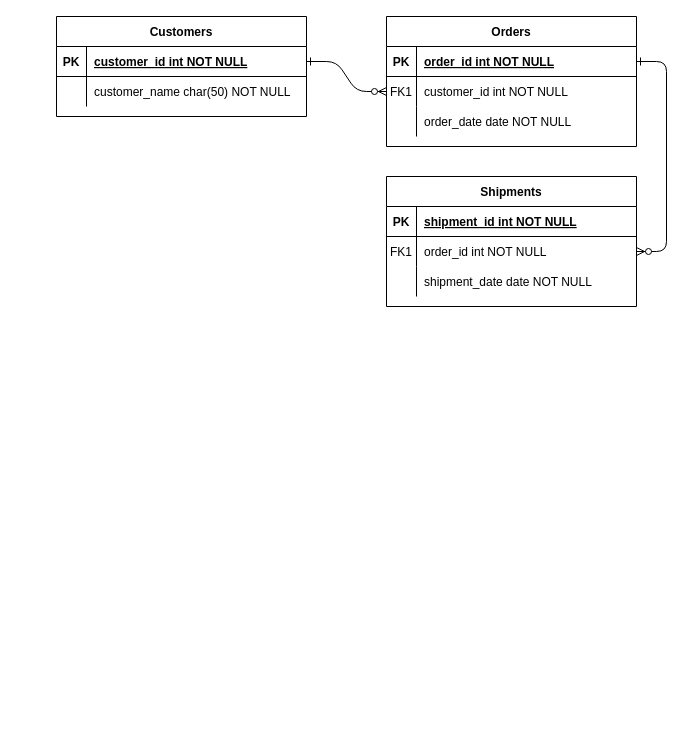
Youyeon-Kim/ShallweJeju keeps this draw.io diagram as Untitled Diagram.drawio. Above is the earlier version. Source tidied: cells renumbered, new cells numbered last; positions are measured from the earlier drawing's top-left corner, leaving out a move shared by most shapes. Both pictures are drawn from the tidied source at 100%, with x=0, y=0 at pixel (56, 16).
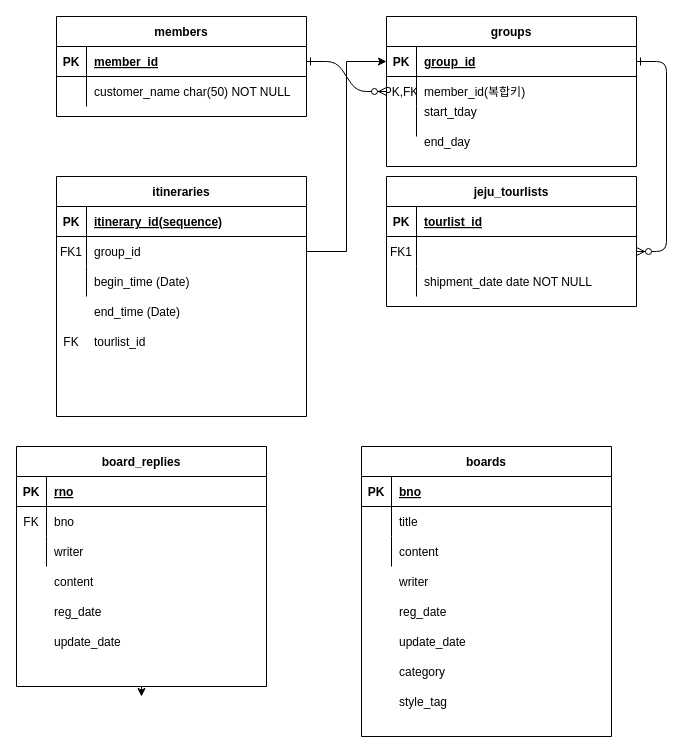
Above is the later version.

The change refers to these unchanged cells:
```xml
<mxCell id="5" style="shape=partialRectangle;fillColor=none;points=[[0,0.5],[1,0.5]];portConstraint=eastwest;top=0;left=0;right=0;bottom=1;" parent="4" vertex="1">
  <mxGeometry y="30" width="250" height="30" as="geometry" />
</mxCell>
<mxCell id="8" style="shape=partialRectangle;fillColor=none;points=[[0,0.5],[1,0.5]];portConstraint=eastwest;top=0;left=0;right=0;bottom=0;" parent="4" vertex="1">
  <mxGeometry y="60" width="250" height="30" as="geometry" />
</mxCell>
<mxCell id="11" style="shape=partialRectangle;fillColor=none;top=0;left=0;right=0;bottom=0;" parent="4" vertex="1">
  <mxGeometry y="90" width="250" height="30" as="geometry" />
</mxCell>
<mxCell id="15" style="shape=partialRectangle;fillColor=none;top=0;left=0;right=0;bottom=1;" parent="14" vertex="1">
  <mxGeometry y="30" width="250" height="30" as="geometry" />
</mxCell>
<mxCell id="18" style="shape=partialRectangle;fillColor=none;points=[[0,0.5],[1,0.5]];portConstraint=eastwest;top=0;left=0;right=0;bottom=0;" parent="14" vertex="1">
  <mxGeometry y="60" width="250" height="30" as="geometry" />
</mxCell>
<mxCell id="25" style="shape=partialRectangle;fillColor=none;points=[[0,0.5],[1,0.5]];portConstraint=eastwest;top=0;left=0;right=0;bottom=1;" parent="24" vertex="1">
  <mxGeometry y="30" width="250" height="30" as="geometry" />
</mxCell>
```

Diff of the diagram source:
```diff
@@
-    <mxCell id="4" value="Orders" style="shape=table;startSize=30;childLayout=tableLayout;rowLines=0;fontStyle=1;align=center;" parent="1" vertex="1">
-      <mxGeometry x="330" width="250" height="130" as="geometry" />
+    <mxCell id="4" value="groups" style="shape=table;startSize=30;childLayout=tableLayout;rowLines=0;fontStyle=1;align=center;" parent="1" vertex="1">
+      <mxGeometry x="330" width="250" height="150" as="geometry" />
     </mxCell>
@@
-    <mxCell id="7" value="order_id int NOT NULL " style="shape=partialRectangle;overflow=hidden;fillColor=none;top=0;left=0;bottom=0;right=0;align=left;spacingLeft=6;fontStyle=5;" parent="5" vertex="1">
+    <mxCell id="7" value="group_id" style="shape=partialRectangle;overflow=hidden;fillColor=none;top=0;left=0;bottom=0;right=0;align=left;spacingLeft=6;fontStyle=5;" parent="5" vertex="1">
       <mxGeometry x="30" width="220" height="30" as="geometry" />
     </mxCell>
@@
-    <mxCell id="9" value="FK1" style="shape=partialRectangle;overflow=hidden;fillColor=none;top=0;left=0;bottom=0;right=0;" parent="8" vertex="1">
+    <mxCell id="9" value="PK,FK" style="shape=partialRectangle;overflow=hidden;fillColor=none;top=0;left=0;bottom=0;right=0;" parent="8" vertex="1">
       <mxGeometry width="30" height="30" as="geometry" />
     </mxCell>
-    <mxCell id="10" value="customer_id int NOT NULL" style="shape=partialRectangle;overflow=hidden;fillColor=none;top=0;left=0;bottom=0;right=0;align=left;spacingLeft=6;" parent="8" vertex="1">
+    <mxCell id="10" value="member_id(복합키)" style="shape=partialRectangle;overflow=hidden;fillColor=none;top=0;left=0;bottom=0;right=0;align=left;spacingLeft=6;" parent="8" vertex="1">
       <mxGeometry x="30" width="220" height="30" as="geometry" />
     </mxCell>
@@
-    <mxCell id="13" value="order_date date NOT NULL" style="shape=partialRectangle;overflow=hidden;fillColor=none;top=0;left=0;bottom=0;right=0;align=left;spacingLeft=6;" parent="11" vertex="1">
+    <mxCell id="13" style="shape=partialRectangle;overflow=hidden;fillColor=none;top=0;left=0;bottom=0;right=0;align=left;spacingLeft=6;" parent="11" vertex="1">
       <mxGeometry x="30" width="220" height="30" as="geometry" />
     </mxCell>
-    <mxCell id="14" value="Shipments" style="shape=table;startSize=30;childLayout=tableLayout;rowLines=0;fontStyle=1;align=center;" parent="1" vertex="1">
+    <mxCell id="14" value="jeju_tourlists" style="shape=table;startSize=30;childLayout=tableLayout;rowLines=0;fontStyle=1;align=center;" parent="1" vertex="1">
       <mxGeometry x="330" y="160" width="250" height="130" as="geometry" />
     </mxCell>
@@
-    <mxCell id="17" value="shipment_id int NOT NULL " style="shape=partialRectangle;overflow=hidden;fillColor=none;top=0;left=0;bottom=0;right=0;align=left;spacingLeft=6;fontStyle=5;" parent="15" vertex="1">
+    <mxCell id="17" value="tourlist_id" style="shape=partialRectangle;overflow=hidden;fillColor=none;top=0;left=0;bottom=0;right=0;align=left;spacingLeft=6;fontStyle=5;" parent="15" vertex="1">
       <mxGeometry x="30" width="220" height="30" as="geometry" />
     </mxCell>
@@
-    <mxCell id="20" value="order_id int NOT NULL" style="shape=partialRectangle;overflow=hidden;fillColor=none;top=0;left=0;bottom=0;right=0;align=left;spacingLeft=6;" parent="18" vertex="1">
+    <mxCell id="20" style="shape=partialRectangle;overflow=hidden;fillColor=none;top=0;left=0;bottom=0;right=0;align=left;spacingLeft=6;" parent="18" vertex="1">
       <mxGeometry x="30" width="220" height="30" as="geometry" />
     </mxCell>
@@
-    <mxCell id="24" value="Customers" style="shape=table;startSize=30;childLayout=tableLayout;rowLines=0;fontStyle=1;align=center;" parent="1" vertex="1">
+    <mxCell id="24" value="members" style="shape=table;startSize=30;childLayout=tableLayout;rowLines=0;fontStyle=1;align=center;" parent="1" vertex="1">
       <mxGeometry width="250" height="100" as="geometry" />
     </mxCell>
@@
-    <mxCell id="27" value="customer_id int NOT NULL " style="shape=partialRectangle;overflow=hidden;fillColor=none;top=0;left=0;bottom=0;right=0;align=left;spacingLeft=6;fontStyle=5;" parent="25" vertex="1">
+    <mxCell id="27" value="member_id" style="shape=partialRectangle;overflow=hidden;fillColor=none;top=0;left=0;bottom=0;right=0;align=left;spacingLeft=6;fontStyle=5;" parent="25" vertex="1">
       <mxGeometry x="30" width="220" height="30" as="geometry" />
     </mxCell>
@@
+    <mxCell id="31" value="itineraries" style="shape=table;startSize=30;childLayout=tableLayout;rowLines=0;fontStyle=1;align=center;" parent="1" vertex="1">
+      <mxGeometry y="160" width="250" height="240" as="geometry" />
+    </mxCell>
+    <mxCell id="32" style="shape=partialRectangle;fillColor=none;top=0;left=0;right=0;bottom=1;" parent="31" vertex="1">
+      <mxGeometry y="30" width="250" height="30" as="geometry" />
+    </mxCell>
+    <mxCell id="33" value="PK" style="shape=partialRectangle;overflow=hidden;fillColor=none;top=0;left=0;bottom=0;right=0;fontStyle=1;" parent="32" vertex="1">
+      <mxGeometry width="30" height="30" as="geometry" />
+    </mxCell>
+    <mxCell id="34" value="itinerary_id(sequence)" style="shape=partialRectangle;overflow=hidden;fillColor=none;top=0;left=0;bottom=0;right=0;align=left;spacingLeft=6;fontStyle=5;" parent="32" vertex="1">
+      <mxGeometry x="30" width="220" height="30" as="geometry" />
+    </mxCell>
+    <mxCell id="35" style="shape=partialRectangle;fillColor=none;points=[[0,0.5],[1,0.5]];portConstraint=eastwest;top=0;left=0;right=0;bottom=0;" parent="31" vertex="1">
+      <mxGeometry y="60" width="250" height="30" as="geometry" />
+    </mxCell>
+    <mxCell id="36" value="FK1" style="shape=partialRectangle;overflow=hidden;fillColor=none;top=0;left=0;bottom=0;right=0;" parent="35" vertex="1">
+      <mxGeometry width="30" height="30" as="geometry" />
+    </mxCell>
+    <mxCell id="37" value="group_id" style="shape=partialRectangle;overflow=hidden;fillColor=none;top=0;left=0;bottom=0;right=0;align=left;spacingLeft=6;" parent="35" vertex="1">
+      <mxGeometry x="30" width="220" height="30" as="geometry" />
+    </mxCell>
+    <mxCell id="38" style="shape=partialRectangle;fillColor=none;top=0;left=0;right=0;bottom=0;" parent="31" vertex="1">
+      <mxGeometry y="90" width="250" height="30" as="geometry" />
+    </mxCell>
+    <mxCell id="39" style="shape=partialRectangle;overflow=hidden;fillColor=none;top=0;left=0;bottom=0;right=0;" parent="38" vertex="1">
+      <mxGeometry width="30" height="30" as="geometry" />
+    </mxCell>
+    <mxCell id="40" value="begin_time (Date)" style="shape=partialRectangle;overflow=hidden;fillColor=none;top=0;left=0;bottom=0;right=0;align=left;spacingLeft=6;" parent="38" vertex="1">
+      <mxGeometry x="30" width="220" height="30" as="geometry" />
+    </mxCell>
+    <mxCell id="41" value="end_time (Date)" style="shape=partialRectangle;overflow=hidden;fillColor=none;top=0;left=0;bottom=0;right=0;align=left;spacingLeft=6;" parent="1" vertex="1">
+      <mxGeometry x="30" y="280" width="220" height="30" as="geometry" />
+    </mxCell>
+    <mxCell id="42" value="tourlist_id" style="shape=partialRectangle;overflow=hidden;fillColor=none;top=0;left=0;bottom=0;right=0;align=left;spacingLeft=6;" parent="1" vertex="1">
+      <mxGeometry x="30" y="310" width="220" height="30" as="geometry" />
+    </mxCell>
+    <mxCell id="43" value="FK" style="shape=partialRectangle;overflow=hidden;fillColor=none;top=0;left=0;bottom=0;right=0;" parent="1" vertex="1">
+      <mxGeometry y="310" width="30" height="30" as="geometry" />
+    </mxCell>
+    <mxCell id="44" style="edgeStyle=orthogonalEdgeStyle;rounded=0;jettySize=auto;html=1;exitX=1;exitY=0.5;exitDx=0;exitDy=0;entryX=0;entryY=0.5;entryDx=0;entryDy=0;" parent="1" edge="1" source="35" target="5">
+      <mxGeometry relative="1" as="geometry" />
+    </mxCell>
+    <mxCell id="45" value="start_tday" style="shape=partialRectangle;overflow=hidden;fillColor=none;top=0;left=0;bottom=0;right=0;align=left;spacingLeft=6;" parent="1" vertex="1">
+      <mxGeometry x="360" y="80" width="220" height="30" as="geometry" />
+    </mxCell>
+    <mxCell id="46" value="end_day" style="shape=partialRectangle;overflow=hidden;fillColor=none;top=0;left=0;bottom=0;right=0;align=left;spacingLeft=6;" parent="1" vertex="1">
+      <mxGeometry x="360" y="110" width="220" height="30" as="geometry" />
+    </mxCell>
+    <mxCell id="47" value="boards" style="shape=table;startSize=30;childLayout=tableLayout;rowLines=0;fontStyle=1;align=center;" parent="1" vertex="1">
+      <mxGeometry x="305" y="430" width="250" height="290" as="geometry" />
+    </mxCell>
+    <mxCell id="48" style="shape=partialRectangle;fillColor=none;top=0;left=0;right=0;bottom=1;" parent="47" vertex="1">
+      <mxGeometry y="30" width="250" height="30" as="geometry" />
+    </mxCell>
+    <mxCell id="49" value="PK" style="shape=partialRectangle;overflow=hidden;fillColor=none;top=0;left=0;bottom=0;right=0;fontStyle=1;" parent="48" vertex="1">
+      <mxGeometry width="30" height="30" as="geometry" />
+    </mxCell>
+    <mxCell id="50" value="bno" style="shape=partialRectangle;overflow=hidden;fillColor=none;top=0;left=0;bottom=0;right=0;align=left;spacingLeft=6;fontStyle=5;" parent="48" vertex="1">
+      <mxGeometry x="30" width="220" height="30" as="geometry" />
+    </mxCell>
+    <mxCell id="51" style="shape=partialRectangle;fillColor=none;top=0;left=0;right=0;bottom=0;" parent="47" vertex="1">
+      <mxGeometry y="60" width="250" height="30" as="geometry" />
+    </mxCell>
+    <mxCell id="52" style="shape=partialRectangle;overflow=hidden;fillColor=none;top=0;left=0;bottom=0;right=0;" parent="51" vertex="1">
+      <mxGeometry width="30" height="30" as="geometry" />
+    </mxCell>
+    <mxCell id="53" value="title" style="shape=partialRectangle;overflow=hidden;fillColor=none;top=0;left=0;bottom=0;right=0;align=left;spacingLeft=6;" parent="51" vertex="1">
+      <mxGeometry x="30" width="220" height="30" as="geometry" />
+    </mxCell>
+    <mxCell id="54" style="shape=partialRectangle;fillColor=none;top=0;left=0;right=0;bottom=0;" parent="47" vertex="1">
+      <mxGeometry y="90" width="250" height="30" as="geometry" />
+    </mxCell>
+    <mxCell id="55" style="shape=partialRectangle;overflow=hidden;fillColor=none;top=0;left=0;bottom=0;right=0;" parent="54" vertex="1">
+      <mxGeometry width="30" height="30" as="geometry" />
+    </mxCell>
+    <mxCell id="56" value="content" style="shape=partialRectangle;overflow=hidden;fillColor=none;top=0;left=0;bottom=0;right=0;align=left;spacingLeft=6;" parent="54" vertex="1">
+      <mxGeometry x="30" width="220" height="30" as="geometry" />
+    </mxCell>
+    <mxCell id="57" style="edgeStyle=orthogonalEdgeStyle;rounded=0;jettySize=auto;html=1;exitX=0.5;exitY=1;exitDx=0;exitDy=0;" parent="1" edge="1" source="58">
+      <mxGeometry relative="1" as="geometry">
+        <mxPoint x="85" y="680" as="targetPoint" />
+      </mxGeometry>
+    </mxCell>
+    <mxCell id="58" value="board_replies" style="shape=table;startSize=30;childLayout=tableLayout;rowLines=0;fontStyle=1;align=center;" parent="1" vertex="1">
+      <mxGeometry x="-40" y="430" width="250" height="240" as="geometry" />
+    </mxCell>
+    <mxCell id="59" style="shape=partialRectangle;fillColor=none;top=0;left=0;right=0;bottom=1;" parent="58" vertex="1">
+      <mxGeometry y="30" width="250" height="30" as="geometry" />
+    </mxCell>
+    <mxCell id="60" value="PK" style="shape=partialRectangle;overflow=hidden;fillColor=none;top=0;left=0;bottom=0;right=0;fontStyle=1;" parent="59" vertex="1">
+      <mxGeometry width="30" height="30" as="geometry" />
+    </mxCell>
+    <mxCell id="61" value="rno" style="shape=partialRectangle;overflow=hidden;fillColor=none;top=0;left=0;bottom=0;right=0;align=left;spacingLeft=6;fontStyle=5;" parent="59" vertex="1">
+      <mxGeometry x="30" width="220" height="30" as="geometry" />
+    </mxCell>
+    <mxCell id="62" style="shape=partialRectangle;fillColor=none;top=0;left=0;right=0;bottom=0;" parent="58" vertex="1">
+      <mxGeometry y="60" width="250" height="30" as="geometry" />
+    </mxCell>
+    <mxCell id="63" value="FK" style="shape=partialRectangle;overflow=hidden;fillColor=none;top=0;left=0;bottom=0;right=0;" parent="62" vertex="1">
+      <mxGeometry width="30" height="30" as="geometry" />
+    </mxCell>
+    <mxCell id="64" value="bno" style="shape=partialRectangle;overflow=hidden;fillColor=none;top=0;left=0;bottom=0;right=0;align=left;spacingLeft=6;" parent="62" vertex="1">
+      <mxGeometry x="30" width="220" height="30" as="geometry" />
+    </mxCell>
+    <mxCell id="65" style="shape=partialRectangle;fillColor=none;top=0;left=0;right=0;bottom=0;" parent="58" vertex="1">
+      <mxGeometry y="90" width="250" height="30" as="geometry" />
+    </mxCell>
+    <mxCell id="66" style="shape=partialRectangle;overflow=hidden;fillColor=none;top=0;left=0;bottom=0;right=0;" parent="65" vertex="1">
+      <mxGeometry width="30" height="30" as="geometry" />
+    </mxCell>
+    <mxCell id="67" value="writer" style="shape=partialRectangle;overflow=hidden;fillColor=none;top=0;left=0;bottom=0;right=0;align=left;spacingLeft=6;" parent="65" vertex="1">
+      <mxGeometry x="30" width="220" height="30" as="geometry" />
+    </mxCell>
+    <mxCell id="68" value="writer" style="shape=partialRectangle;overflow=hidden;fillColor=none;top=0;left=0;bottom=0;right=0;align=left;spacingLeft=6;" parent="1" vertex="1">
+      <mxGeometry x="335" y="550" width="220" height="30" as="geometry" />
+    </mxCell>
+    <mxCell id="69" value="reg_date" style="shape=partialRectangle;overflow=hidden;fillColor=none;top=0;left=0;bottom=0;right=0;align=left;spacingLeft=6;" parent="1" vertex="1">
+      <mxGeometry x="335" y="580" width="220" height="30" as="geometry" />
+    </mxCell>
+    <mxCell id="70" value="update_date" style="shape=partialRectangle;overflow=hidden;fillColor=none;top=0;left=0;bottom=0;right=0;align=left;spacingLeft=6;" parent="1" vertex="1">
+      <mxGeometry x="335" y="610" width="220" height="30" as="geometry" />
+    </mxCell>
+    <mxCell id="71" value="category" style="shape=partialRectangle;overflow=hidden;fillColor=none;top=0;left=0;bottom=0;right=0;align=left;spacingLeft=6;" parent="1" vertex="1">
+      <mxGeometry x="335" y="640" width="220" height="30" as="geometry" />
+    </mxCell>
+    <mxCell id="72" value="style_tag" style="shape=partialRectangle;overflow=hidden;fillColor=none;top=0;left=0;bottom=0;right=0;align=left;spacingLeft=6;" parent="1" vertex="1">
+      <mxGeometry x="335" y="670" width="220" height="30" as="geometry" />
+    </mxCell>
+    <mxCell id="73" value="content" style="shape=partialRectangle;overflow=hidden;fillColor=none;top=0;left=0;bottom=0;right=0;align=left;spacingLeft=6;" parent="1" vertex="1">
+      <mxGeometry x="-10" y="550" width="220" height="30" as="geometry" />
+    </mxCell>
+    <mxCell id="74" value="reg_date" style="shape=partialRectangle;overflow=hidden;fillColor=none;top=0;left=0;bottom=0;right=0;align=left;spacingLeft=6;" parent="1" vertex="1">
+      <mxGeometry x="-10" y="580" width="220" height="30" as="geometry" />
+    </mxCell>
+    <mxCell id="75" value="update_date" style="shape=partialRectangle;overflow=hidden;fillColor=none;top=0;left=0;bottom=0;right=0;align=left;spacingLeft=6;" parent="1" vertex="1">
+      <mxGeometry x="-10" y="610" width="220" height="30" as="geometry" />
+    </mxCell>
```
